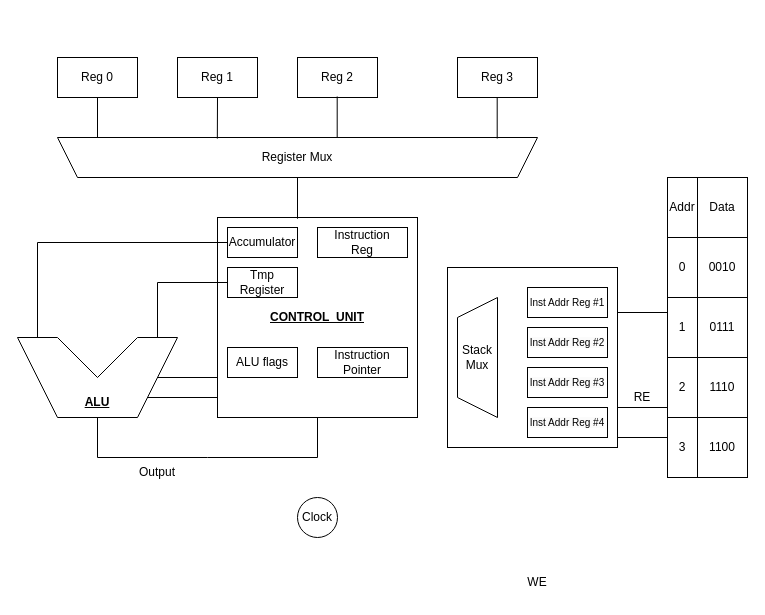
This is Untitled Diagram.drawio from raghunadh-111/nibbler-cpu-sv, a draw.io file, before an edit. Source tidied: cells renumbered, new cells numbered last; positions are measured from the earlier drawing's top-left corner, leaving out a move shared by most shapes. Both pictures are drawn from the tidied source at 100%, with x=0, y=0 at pixel (17, 57).
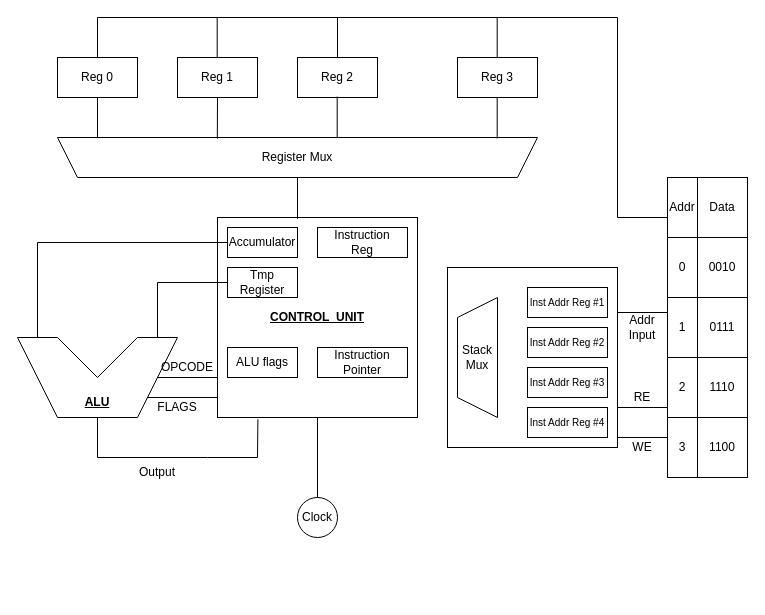
The same page after the edit.

Unchanged cells that the change refers to:
```xml
<mxCell id="11" value="&lt;b&gt;&lt;u&gt;CONTROL&amp;nbsp; UNIT&lt;/u&gt;&lt;/b&gt;" style="whiteSpace=wrap;html=1;" parent="1" vertex="1">
  <mxGeometry x="200" y="160" width="200" height="200" as="geometry" />
</mxCell>
<mxCell id="36" value="Clock" style="ellipse;whiteSpace=wrap;html=1;" parent="1" vertex="1">
  <mxGeometry x="280" y="440" width="40" height="40" as="geometry" />
</mxCell>
```

Diff of the diagram source:
```diff
@@
-    <mxCell id="39" style="endArrow=none;html=1;rounded=0;exitX=0.5;exitY=1;exitDx=0;exitDy=0;" parent="1" edge="1" source="11">
+    <mxCell id="39" style="endArrow=none;html=1;rounded=0;exitX=0.202;exitY=1.009;exitDx=0;exitDy=0;exitPerimeter=0;" parent="1" edge="1" source="11">
       <mxGeometry relative="1" as="geometry">
         <mxPoint x="80" y="360" as="targetPoint" />
         <Array as="points">
-          <mxPoint x="300" y="400" />
+          <mxPoint x="240" y="400" />
           <mxPoint x="190" y="400" />
           <mxPoint x="80" y="400" />
         </Array>
       </mxGeometry>
     </mxCell>
@@
     <mxCell id="53" value="WE" style="text;html=1;align=center;verticalAlign=middle;whiteSpace=wrap;rounded=0;" parent="1" vertex="1">
-      <mxGeometry x="490" y="510" width="60" height="30" as="geometry" />
+      <mxGeometry x="605" y="380" width="40" height="20" as="geometry" />
     </mxCell>
@@
+    <mxCell id="57" value="Addr Input" style="text;html=1;align=center;verticalAlign=middle;whiteSpace=wrap;rounded=0;" parent="1" vertex="1">
+      <mxGeometry x="600" y="260" width="50" height="20" as="geometry" />
+    </mxCell>
+    <mxCell id="58" style="endArrow=none;html=1;rounded=0;jumpSize=14;" parent="1" edge="1">
+      <mxGeometry relative="1" as="geometry">
+        <mxPoint x="80" y="-40" as="sourcePoint" />
+        <mxPoint x="600" y="-40" as="targetPoint" />
+      </mxGeometry>
+    </mxCell>
+    <mxCell id="59" style="endArrow=none;html=1;rounded=0;" parent="1" edge="1">
+      <mxGeometry relative="1" as="geometry">
+        <mxPoint x="600" y="160" as="sourcePoint" />
+        <mxPoint x="600" y="-40" as="targetPoint" />
+      </mxGeometry>
+    </mxCell>
+    <mxCell id="60" style="endArrow=none;html=1;rounded=0;" parent="1" edge="1">
+      <mxGeometry relative="1" as="geometry">
+        <mxPoint x="600" y="160" as="sourcePoint" />
+        <mxPoint x="650" y="160" as="targetPoint" />
+      </mxGeometry>
+    </mxCell>
+    <mxCell id="61" style="endArrow=none;html=1;rounded=0;" parent="1" edge="1">
+      <mxGeometry relative="1" as="geometry">
+        <mxPoint x="80" as="sourcePoint" />
+        <mxPoint x="80" y="-40" as="targetPoint" />
+      </mxGeometry>
+    </mxCell>
+    <mxCell id="62" style="endArrow=none;html=1;rounded=0;" parent="1" edge="1">
+      <mxGeometry relative="1" as="geometry">
+        <mxPoint x="199.7" as="sourcePoint" />
+        <mxPoint x="199.7" y="-40" as="targetPoint" />
+      </mxGeometry>
+    </mxCell>
+    <mxCell id="63" style="endArrow=none;html=1;rounded=0;" parent="1" edge="1">
+      <mxGeometry relative="1" as="geometry">
+        <mxPoint x="320" as="sourcePoint" />
+        <mxPoint x="320" y="-40" as="targetPoint" />
+      </mxGeometry>
+    </mxCell>
+    <mxCell id="64" style="endArrow=none;html=1;rounded=0;" parent="1" edge="1">
+      <mxGeometry relative="1" as="geometry">
+        <mxPoint x="479.7" as="sourcePoint" />
+        <mxPoint x="479.7" y="-40" as="targetPoint" />
+      </mxGeometry>
+    </mxCell>
+    <mxCell id="65" value="OPCODE" style="text;html=1;align=center;verticalAlign=middle;whiteSpace=wrap;rounded=0;" parent="1" vertex="1">
+      <mxGeometry x="150" y="300" width="40" height="20" as="geometry" />
+    </mxCell>
+    <mxCell id="66" value="FLAGS" style="text;html=1;align=center;verticalAlign=middle;whiteSpace=wrap;rounded=0;" parent="1" vertex="1">
+      <mxGeometry x="140" y="340" width="40" height="20" as="geometry" />
+    </mxCell>
+    <mxCell id="67" style="endArrow=none;html=1;rounded=0;exitX=0.5;exitY=0;exitDx=0;exitDy=0;" parent="1" edge="1" source="36">
+      <mxGeometry relative="1" as="geometry">
+        <mxPoint x="300" y="360" as="targetPoint" />
+      </mxGeometry>
+    </mxCell>
```
